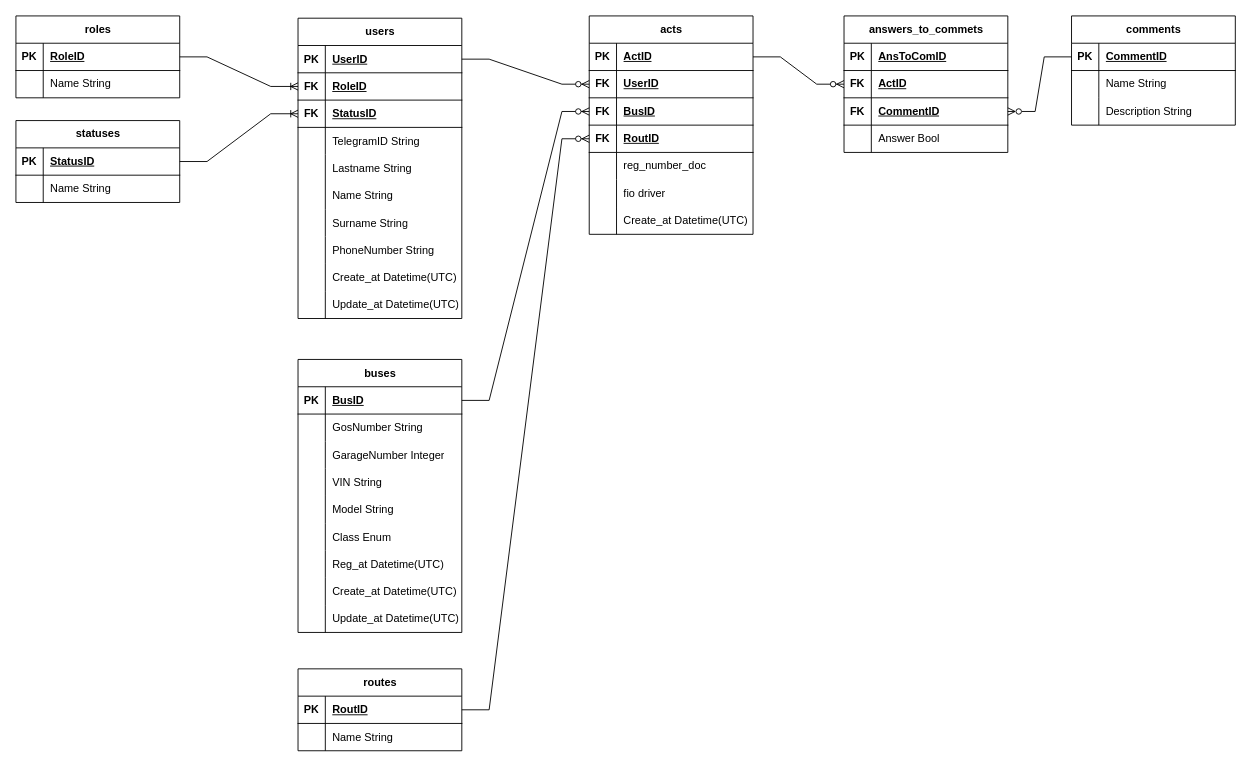
This is Диаграмма без названия.drawio from EvgeniiGud/draw, a draw.io file, before an edit. Source tidied: cells renumbered, new cells numbered last; positions are measured from the earlier drawing's top-left corner, leaving out a move shared by most shapes. Both pictures are drawn from the tidied source at 91%, with x=0, y=0 at pixel (15, 15).
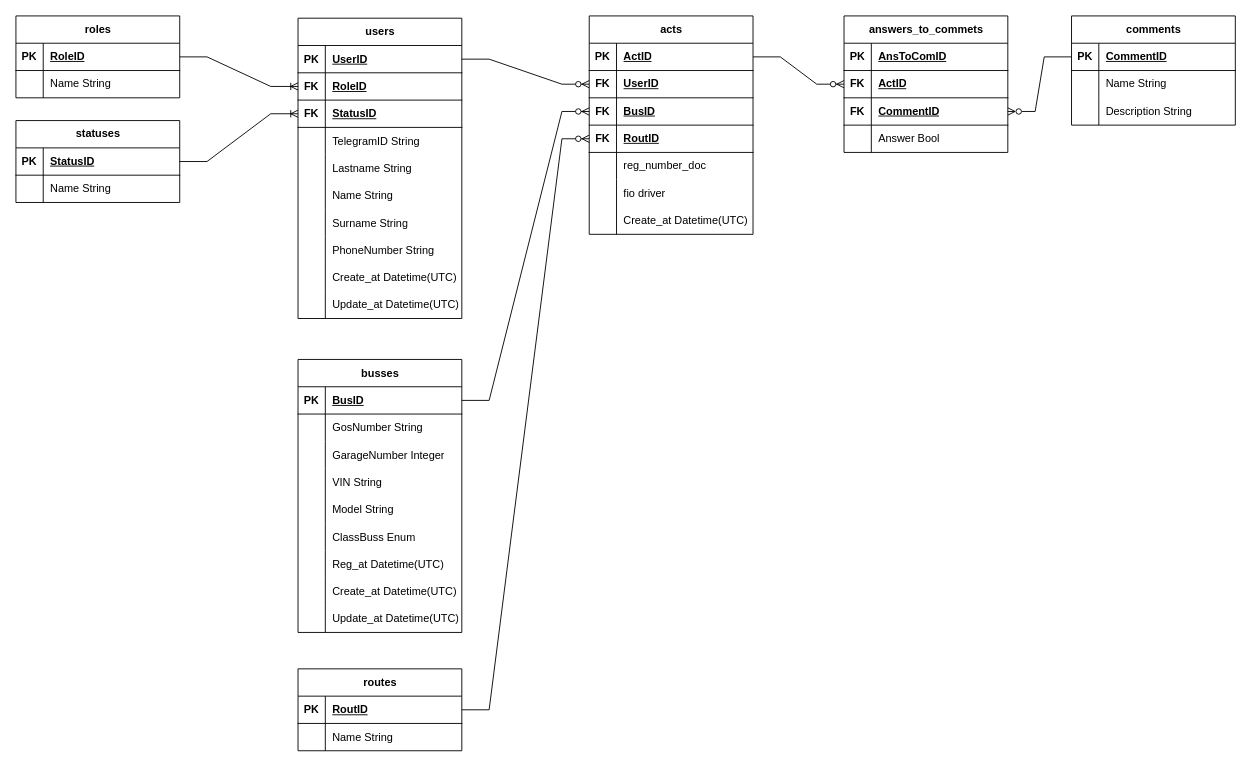
Above is the later version.

The change refers to these unchanged cells:
```xml
<mxCell id="49" style="shape=tableRow;horizontal=0;startSize=0;swimlaneHead=0;swimlaneBody=0;fillColor=none;top=0;left=0;right=0;bottom=0;" parent="33" vertex="1">
  <mxGeometry y="180" width="180" height="30" as="geometry" />
</mxCell>
```

Diff of the diagram source:
```diff
@@
-    <mxCell id="33" value="buses" style="shape=table;startSize=30;childLayout=tableLayout;rowLines=0;fontStyle=1;align=center;html=1;" parent="1" vertex="1">
+    <mxCell id="33" value="busses" style="shape=table;startSize=30;childLayout=tableLayout;rowLines=0;fontStyle=1;align=center;html=1;" parent="1" vertex="1">
       <mxGeometry x="310" y="377.5" width="180" height="300" as="geometry" />
     </mxCell>
@@
-    <mxCell id="51" value="Class Enum" style="shape=partialRectangle;fillColor=none;top=0;left=0;bottom=0;right=0;align=left;spacingLeft=6;overflow=hidden;whiteSpace=wrap;html=1;" parent="49" vertex="1">
+    <mxCell id="51" value="ClassBuss Enum" style="shape=partialRectangle;fillColor=none;top=0;left=0;bottom=0;right=0;align=left;spacingLeft=6;overflow=hidden;whiteSpace=wrap;html=1;" parent="49" vertex="1">
       <mxGeometry x="30" width="150" height="30" as="geometry" />
     </mxCell>
```
